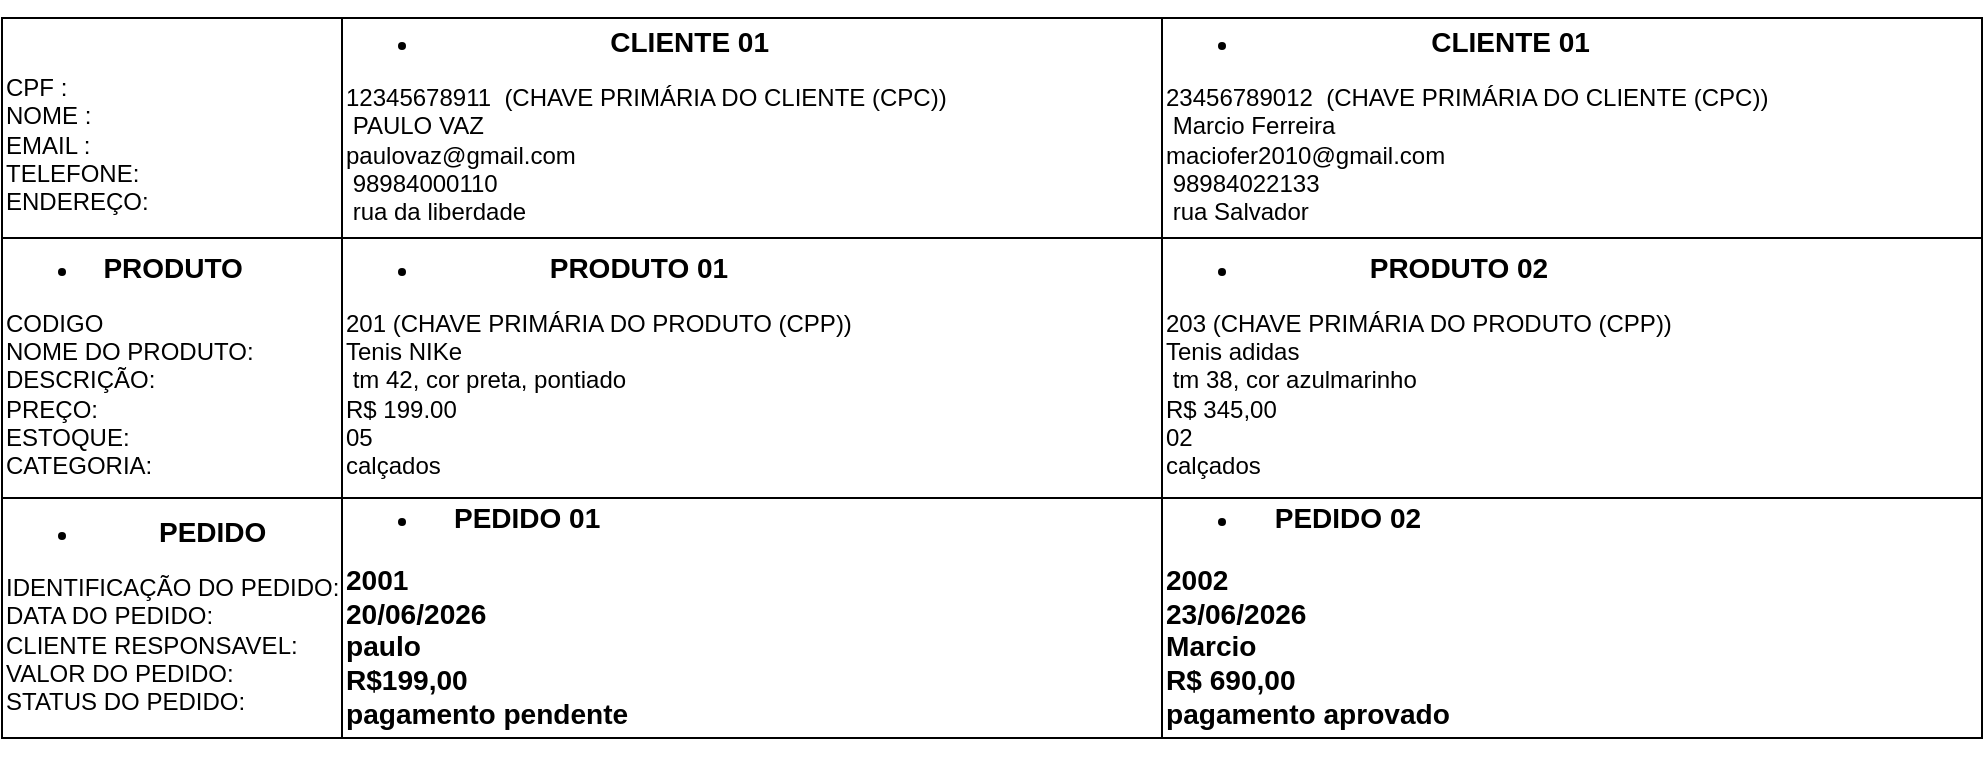
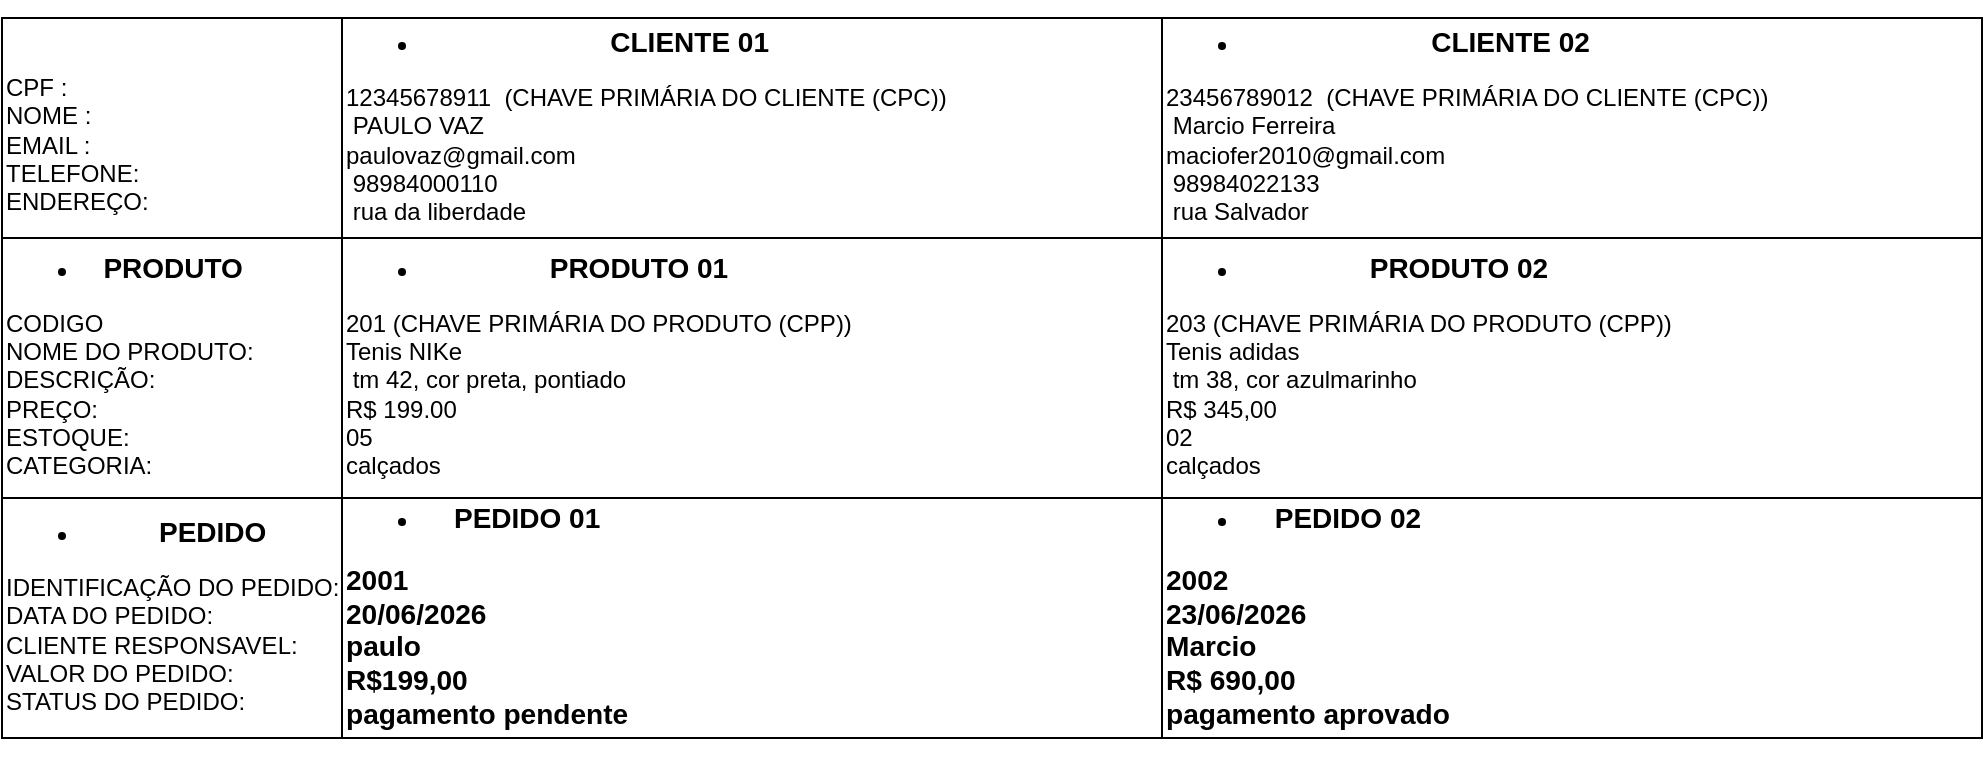
<mxfile host="app.diagrams.net">
  <diagram name="Página-1" id="dW-bwo-D_kfM4ZnOfWqB">
    <mxGraphModel dx="1748" dy="937" grid="1" gridSize="10" guides="1" tooltips="1" connect="1" arrows="1" fold="1" page="1" pageScale="1" pageWidth="827" pageHeight="1169" math="0" shadow="0">
      <root>
        <mxCell id="0" />
        <mxCell id="1" parent="0" />
        <mxCell id="IifLtvlI1enpJyz-F0hN-1" parent="1" style="rounded=0;whiteSpace=wrap;html=1;align=left;" value="&lt;div style=&quot;text-align: center;&quot;&gt;&lt;ul&gt;&lt;li&gt;&lt;span style=&quot;background-color: transparent; color: light-dark(rgb(0, 0, 0), rgb(255, 255, 255));&quot;&gt;&lt;b&gt;&lt;font style=&quot;font-size: 14px;&quot;&gt;CLIENTE 01&lt;/font&gt;&lt;/b&gt;&lt;/span&gt;&lt;/li&gt;&lt;/ul&gt;&lt;/div&gt;&lt;div style=&quot;&quot;&gt;12345678911&amp;nbsp; (CHAVE PRIMÁRIA DO CLIENTE (CPC))&amp;nbsp;&lt;/div&gt;&lt;div style=&quot;&quot;&gt;&amp;nbsp;&lt;span style=&quot;background-color: transparent; color: light-dark(rgb(0, 0, 0), rgb(255, 255, 255));&quot;&gt;PAULO VAZ&lt;/span&gt;&lt;/div&gt;&lt;div style=&quot;&quot;&gt;paulovaz@gmail.com&lt;/div&gt;&lt;div style=&quot;&quot;&gt;&amp;nbsp;98984000110&lt;/div&gt;&lt;div style=&quot;&quot;&gt;&amp;nbsp;rua da liberdade&lt;/div&gt;&lt;div style=&quot;&quot;&gt;&lt;br&gt;&lt;/div&gt;" vertex="1">
          <mxGeometry height="110" width="410" x="180" y="80" as="geometry" />
        </mxCell>
        <mxCell id="IifLtvlI1enpJyz-F0hN-2" parent="1" style="rounded=0;whiteSpace=wrap;html=1;align=left;" value="&lt;div style=&quot;text-align: center;&quot;&gt;&lt;ul&gt;&lt;li&gt;&lt;b&gt;&lt;font style=&quot;font-size: 14px;&quot;&gt;PRODUTO 01&lt;/font&gt;&lt;/b&gt;&lt;/li&gt;&lt;/ul&gt;&lt;/div&gt;&lt;div style=&quot;&quot;&gt;201 (CHAVE PRIMÁRIA DO PRODUTO (CPP))&lt;/div&gt;&lt;div style=&quot;&quot;&gt;Tenis NIKe&lt;/div&gt;&lt;div style=&quot;&quot;&gt;&amp;nbsp;tm 42, cor preta, pontiado&lt;/div&gt;&lt;div style=&quot;&quot;&gt;&lt;span style=&quot;background-color: transparent; color: light-dark(rgb(0, 0, 0), rgb(255, 255, 255));&quot;&gt;R$ 199.00&lt;/span&gt;&lt;/div&gt;&lt;div style=&quot;&quot;&gt;05&lt;/div&gt;&lt;div style=&quot;&quot;&gt;calçados&lt;/div&gt;&lt;div style=&quot;&quot;&gt;&lt;br&gt;&lt;/div&gt;" vertex="1">
          <mxGeometry height="130" width="410" x="180" y="190" as="geometry" />
        </mxCell>
        <mxCell id="IifLtvlI1enpJyz-F0hN-3" parent="1" style="rounded=0;whiteSpace=wrap;html=1;align=left;" value="&lt;div style=&quot;text-align: center;&quot;&gt;&lt;ul&gt;&lt;li&gt;&lt;b&gt;&lt;font style=&quot;font-size: 14px;&quot;&gt;PEDIDO 01&lt;/font&gt;&lt;/b&gt;&lt;/li&gt;&lt;/ul&gt;&lt;/div&gt;&lt;h3 style=&quot;&quot;&gt;2001&lt;br&gt;20/06/2026&lt;br&gt;paulo&lt;br&gt;R$199,00&lt;br&gt;pagamento pendente&lt;/h3&gt;" vertex="1">
          <mxGeometry height="120" width="410" x="180" y="320" as="geometry" />
        </mxCell>
        <mxCell id="IifLtvlI1enpJyz-F0hN-10" parent="1" style="rounded=0;whiteSpace=wrap;html=1;align=left;" value="&lt;div style=&quot;text-align: center;&quot;&gt;&lt;div&gt;&lt;span style=&quot;font-size: 14px;&quot;&gt;&lt;b&gt;&lt;br&gt;&lt;/b&gt;&lt;/span&gt;&lt;/div&gt;&lt;/div&gt;&lt;div style=&quot;&quot;&gt;CPF :&amp;nbsp;&lt;/div&gt;&lt;div style=&quot;&quot;&gt;NOME :&amp;nbsp;&amp;nbsp;&lt;/div&gt;&lt;div style=&quot;&quot;&gt;EMAIL :&amp;nbsp;&lt;/div&gt;&lt;div style=&quot;&quot;&gt;TELEFONE:&lt;/div&gt;&lt;div style=&quot;&quot;&gt;ENDEREÇO:&amp;nbsp;&lt;/div&gt;" vertex="1">
          <mxGeometry height="110" width="170" x="10" y="80" as="geometry" />
        </mxCell>
        <mxCell id="IifLtvlI1enpJyz-F0hN-12" parent="1" style="rounded=0;whiteSpace=wrap;html=1;align=left;" value="&lt;div style=&quot;text-align: center;&quot;&gt;&lt;ul&gt;&lt;li&gt;&lt;b&gt;&lt;font style=&quot;font-size: 14px;&quot;&gt;PEDIDO&lt;/font&gt;&lt;/b&gt;&lt;/li&gt;&lt;/ul&gt;&lt;/div&gt;&lt;div style=&quot;&quot;&gt;IDENTIFICAÇÃO DO PEDIDO:&lt;/div&gt;&lt;div style=&quot;&quot;&gt;DATA DO PEDIDO:&lt;/div&gt;&lt;div style=&quot;&quot;&gt;CLIENTE RESPONSAVEL:&amp;nbsp;&lt;/div&gt;&lt;div style=&quot;&quot;&gt;VALOR DO PEDIDO:&lt;/div&gt;&lt;div style=&quot;&quot;&gt;STATUS DO PEDIDO:&lt;/div&gt;&lt;div style=&quot;&quot;&gt;&lt;br&gt;&lt;/div&gt;" vertex="1">
          <mxGeometry height="120" width="170" x="10" y="320" as="geometry" />
        </mxCell>
        <mxCell id="IifLtvlI1enpJyz-F0hN-21" parent="1" style="rounded=0;whiteSpace=wrap;html=1;align=left;" value="&lt;div style=&quot;text-align: center;&quot;&gt;&lt;ul&gt;&lt;li&gt;&lt;b&gt;&lt;font style=&quot;font-size: 14px;&quot;&gt;PRODUTO&lt;/font&gt;&lt;/b&gt;&lt;/li&gt;&lt;/ul&gt;&lt;/div&gt;&lt;div style=&quot;&quot;&gt;CODIGO&amp;nbsp;&lt;/div&gt;&lt;div style=&quot;&quot;&gt;NOME DO PRODUTO:&amp;nbsp;&lt;/div&gt;&lt;div style=&quot;&quot;&gt;DESCRIÇÃO:&amp;nbsp;&lt;/div&gt;&lt;div style=&quot;&quot;&gt;PREÇO:&amp;nbsp;&lt;/div&gt;&lt;div style=&quot;&quot;&gt;ESTOQUE:&amp;nbsp;&lt;/div&gt;&lt;div style=&quot;&quot;&gt;CATEGORIA:&amp;nbsp;&lt;/div&gt;&lt;div style=&quot;&quot;&gt;&lt;br&gt;&lt;/div&gt;" vertex="1">
          <mxGeometry height="130" width="170" x="10" y="190" as="geometry" />
        </mxCell>
-         <mxCell id="IifLtvlI1enpJyz-F0hN-24" parent="1" style="rounded=0;whiteSpace=wrap;html=1;align=left;" value="&lt;div style=&quot;text-align: center;&quot;&gt;&lt;ul&gt;&lt;li&gt;&lt;span style=&quot;background-color: transparent; color: light-dark(rgb(0, 0, 0), rgb(255, 255, 255));&quot;&gt;&lt;b&gt;&lt;font style=&quot;font-size: 14px;&quot;&gt;CLIENTE 01&lt;/font&gt;&lt;/b&gt;&lt;/span&gt;&lt;/li&gt;&lt;/ul&gt;&lt;/div&gt;&lt;div style=&quot;&quot;&gt;23456789012&amp;nbsp; (CHAVE PRIMÁRIA DO CLIENTE (CPC))&amp;nbsp;&lt;/div&gt;&lt;div style=&quot;&quot;&gt;&amp;nbsp;&lt;span style=&quot;background-color: transparent; color: light-dark(rgb(0, 0, 0), rgb(255, 255, 255));&quot;&gt;Marcio Ferreira&lt;/span&gt;&lt;/div&gt;&lt;div style=&quot;&quot;&gt;maciofer2010@gmail.com&lt;/div&gt;&lt;div style=&quot;&quot;&gt;&amp;nbsp;98984022133&lt;/div&gt;&lt;div style=&quot;&quot;&gt;&amp;nbsp;rua Salvador&lt;/div&gt;&lt;div style=&quot;&quot;&gt;&lt;br&gt;&lt;/div&gt;" vertex="1">
+         <mxCell id="IifLtvlI1enpJyz-F0hN-24" parent="1" style="rounded=0;whiteSpace=wrap;html=1;align=left;" value="&lt;div style=&quot;text-align: center;&quot;&gt;&lt;ul&gt;&lt;li&gt;&lt;span style=&quot;background-color: transparent; color: light-dark(rgb(0, 0, 0), rgb(255, 255, 255));&quot;&gt;&lt;b&gt;&lt;font style=&quot;font-size: 14px;&quot;&gt;CLIENTE 02&lt;/font&gt;&lt;/b&gt;&lt;/span&gt;&lt;/li&gt;&lt;/ul&gt;&lt;/div&gt;&lt;div style=&quot;&quot;&gt;23456789012&amp;nbsp; (CHAVE PRIMÁRIA DO CLIENTE (CPC))&amp;nbsp;&lt;/div&gt;&lt;div style=&quot;&quot;&gt;&amp;nbsp;&lt;span style=&quot;background-color: transparent; color: light-dark(rgb(0, 0, 0), rgb(255, 255, 255));&quot;&gt;Marcio Ferreira&lt;/span&gt;&lt;/div&gt;&lt;div style=&quot;&quot;&gt;maciofer2010@gmail.com&lt;/div&gt;&lt;div style=&quot;&quot;&gt;&amp;nbsp;98984022133&lt;/div&gt;&lt;div style=&quot;&quot;&gt;&amp;nbsp;rua Salvador&lt;/div&gt;&lt;div style=&quot;&quot;&gt;&lt;br&gt;&lt;/div&gt;" vertex="1">
          <mxGeometry height="110" width="410" x="590" y="80" as="geometry" />
        </mxCell>
        <mxCell id="IifLtvlI1enpJyz-F0hN-26" parent="1" style="rounded=0;whiteSpace=wrap;html=1;align=left;" value="&lt;div style=&quot;text-align: center;&quot;&gt;&lt;ul&gt;&lt;li&gt;&lt;b&gt;&lt;font style=&quot;font-size: 14px;&quot;&gt;PRODUTO 02&lt;/font&gt;&lt;/b&gt;&lt;/li&gt;&lt;/ul&gt;&lt;/div&gt;&lt;div style=&quot;&quot;&gt;203 (CHAVE PRIMÁRIA DO PRODUTO (CPP))&lt;/div&gt;&lt;div style=&quot;&quot;&gt;Tenis adidas&lt;/div&gt;&lt;div style=&quot;&quot;&gt;&amp;nbsp;tm 38, cor azulmarinho&lt;/div&gt;&lt;div style=&quot;&quot;&gt;&lt;span style=&quot;background-color: transparent; color: light-dark(rgb(0, 0, 0), rgb(255, 255, 255));&quot;&gt;R$ 345,00&lt;/span&gt;&lt;/div&gt;&lt;div style=&quot;&quot;&gt;02&lt;/div&gt;&lt;div style=&quot;&quot;&gt;calçados&lt;/div&gt;&lt;div style=&quot;&quot;&gt;&lt;br&gt;&lt;/div&gt;" vertex="1">
          <mxGeometry height="130" width="410" x="590" y="190" as="geometry" />
        </mxCell>
        <mxCell id="IifLtvlI1enpJyz-F0hN-28" parent="1" style="rounded=0;whiteSpace=wrap;html=1;align=left;" value="&lt;div style=&quot;text-align: center;&quot;&gt;&lt;ul&gt;&lt;li&gt;&lt;b&gt;&lt;font style=&quot;font-size: 14px;&quot;&gt;PEDIDO 02&lt;/font&gt;&lt;/b&gt;&lt;/li&gt;&lt;/ul&gt;&lt;/div&gt;&lt;h3 style=&quot;&quot;&gt;2002&lt;br&gt;23/06/2026&lt;br&gt;Marcio&lt;br&gt;R$ 690,00&lt;br&gt;pagamento aprovado&lt;/h3&gt;" vertex="1">
          <mxGeometry height="120" width="410" x="590" y="320" as="geometry" />
        </mxCell>
      </root>
    </mxGraphModel>
  </diagram>
</mxfile>
